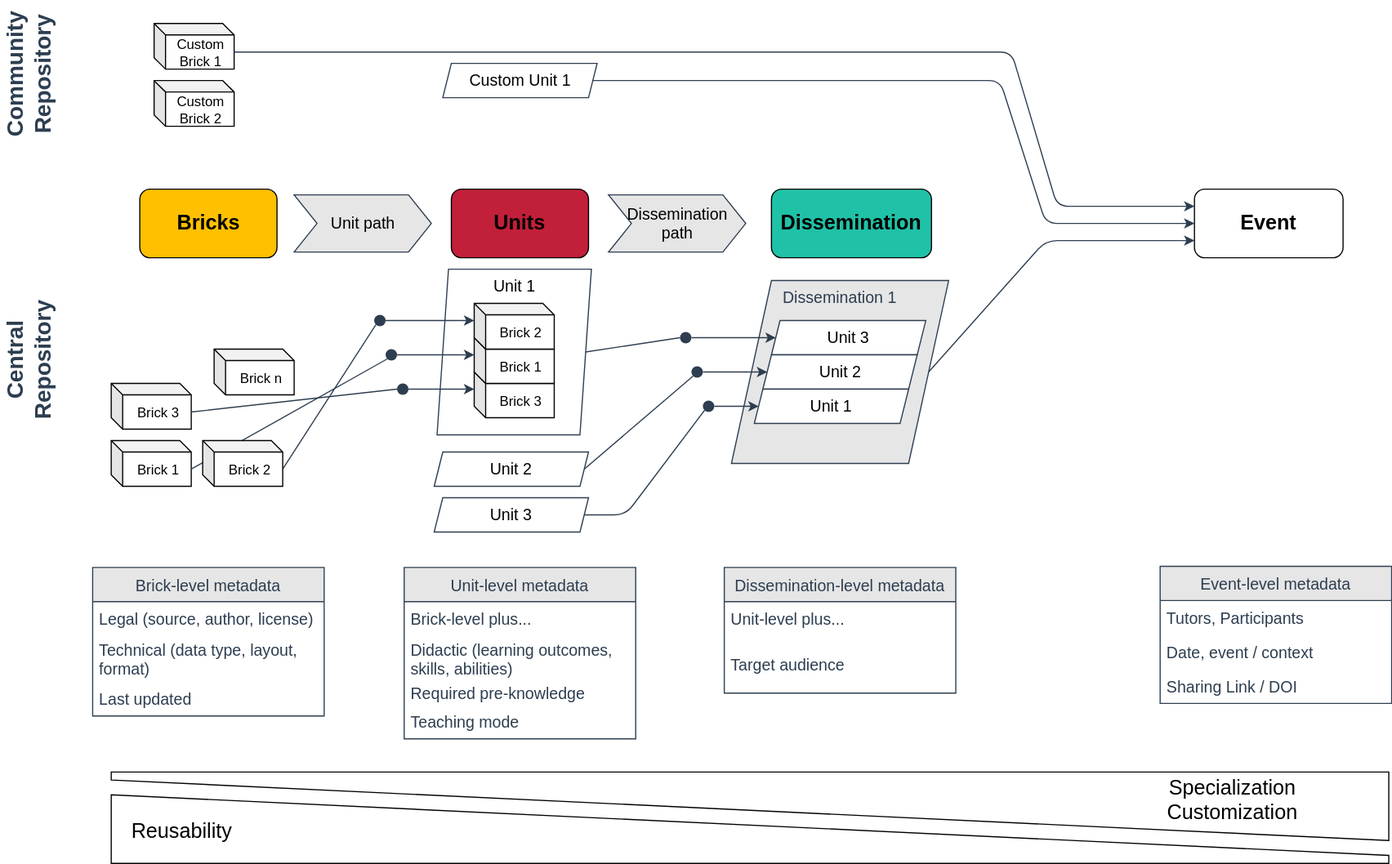
Above: images/teaching_modular.drawio.svg in nfdi4plants/teaching-materials-concept (draw.io), before the change. Source tidied: cells renumbered, new cells last; positions are measured from the earlier drawing's top-left corner, leaving out a move shared by most shapes.
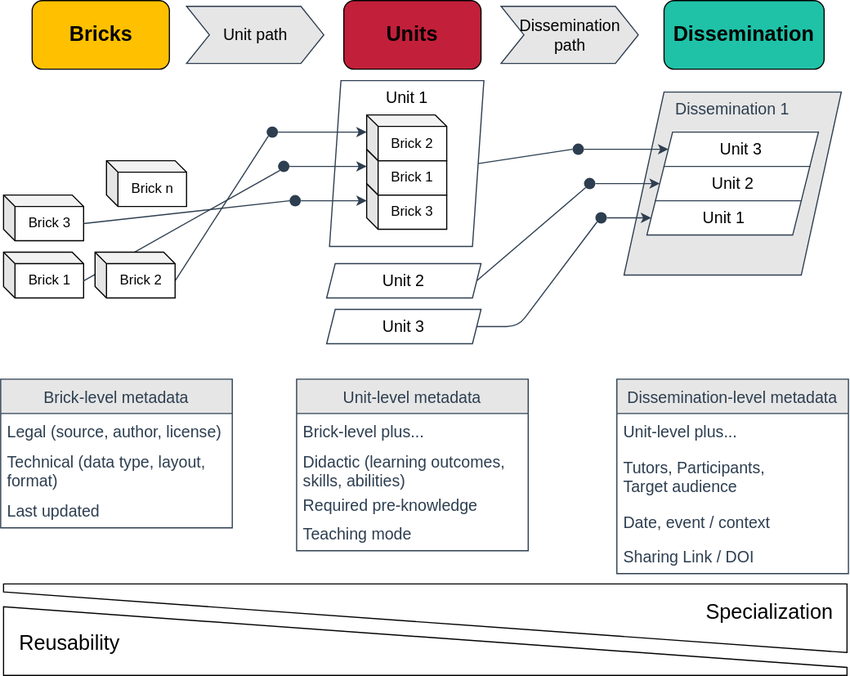
The same diagram one commit later.

Commit message:
reduced figure

Diff of the diagram source:
```diff
@@ -2,13 +2,6 @@
   <root>
     <mxCell id="0" />
     <mxCell id="1" parent="0" />
-    <mxCell id="2" style="edgeStyle=none;html=1;exitX=1;exitY=0.5;exitDx=0;exitDy=0;entryX=0;entryY=0.75;entryDx=0;entryDy=0;fontSize=14;fontColor=#2D3E50;strokeColor=#2D3E50;" parent="1" edge="1" source="3" target="71">
-      <mxGeometry relative="1" as="geometry">
-        <Array as="points">
-          <mxPoint x="955" y="190" />
-        </Array>
-      </mxGeometry>
-    </mxCell>
     <mxCell id="3" value="Dissemination 1" style="shape=parallelogram;perimeter=parallelogramPerimeter;whiteSpace=wrap;html=1;fixedSize=1;fontSize=14;fontColor=#2D3E50;strokeColor=#2D3E50;fillColor=#E6E6E6;size=35;verticalAlign=top;" parent="1" vertex="1">
       <mxGeometry x="680" y="225" width="190" height="160" as="geometry" />
     </mxCell>
@@ -131,34 +124,8 @@
     <mxCell id="40" value="&lt;span style=&quot;color: rgb(0 , 0 , 0) ; font-family: &amp;#34;helvetica&amp;#34;&quot;&gt;Dissemination path&lt;/span&gt;" style="shape=step;perimeter=stepPerimeter;whiteSpace=wrap;html=1;fixedSize=1;fontSize=14;fontColor=#FFC000;strokeColor=#2D3E50;fillColor=#E6E6E6;" parent="1" vertex="1">
       <mxGeometry x="572.5" y="150" width="120" height="50" as="geometry" />
     </mxCell>
-    <mxCell id="41" style="group;" parent="1" vertex="1">
-      <mxGeometry x="175" width="70" height="90" as="geometry" />
-    </mxCell>
-    <mxCell id="42" value="Custom Brick 1" style="shape=cube;whiteSpace=wrap;html=1;boundedLbl=1;backgroundOutline=1;darkOpacity=0.05;darkOpacity2=0.1;size=10;" parent="41" vertex="1">
-      <mxGeometry width="70" height="40" as="geometry" />
-    </mxCell>
-    <mxCell id="43" value="Custom Brick 2" style="shape=cube;whiteSpace=wrap;html=1;boundedLbl=1;backgroundOutline=1;darkOpacity=0.05;darkOpacity2=0.1;size=10;" parent="41" vertex="1">
-      <mxGeometry y="50" width="70" height="40" as="geometry" />
-    </mxCell>
-    <mxCell id="44" style="edgeStyle=none;html=1;exitX=1;exitY=0.5;exitDx=0;exitDy=0;entryX=0;entryY=0.5;entryDx=0;entryDy=0;fontSize=14;fontColor=#2D3E50;strokeColor=#2D3E50;" parent="1" edge="1" source="45" target="71">
-      <mxGeometry relative="1" as="geometry">
-        <Array as="points">
-          <mxPoint x="915" y="50" />
-          <mxPoint x="955" y="175" />
-        </Array>
-      </mxGeometry>
-    </mxCell>
-    <mxCell id="45" value="Custom Unit 1" style="shape=parallelogram;perimeter=parallelogramPerimeter;whiteSpace=wrap;html=1;fixedSize=1;fontSize=14;strokeColor=#2D3E50;fillColor=none;verticalAlign=top;size=7.5;" parent="1" vertex="1">
-      <mxGeometry x="427.5" y="35" width="135" height="30" as="geometry" />
-    </mxCell>
-    <mxCell id="46" value="&lt;font color=&quot;#2d3e50&quot; style=&quot;font-size: 20px&quot;&gt;&lt;b&gt;Central&lt;br&gt;Repository&lt;/b&gt;&lt;/font&gt;" style="text;html=1;align=center;verticalAlign=middle;strokeColor=none;fillColor=none;fontSize=14;fontColor=#FFC000;rotation=270;" parent="1" vertex="1">
-      <mxGeometry x="5" y="275" width="120" height="40" as="geometry" />
-    </mxCell>
-    <mxCell id="47" value="&lt;font color=&quot;#2d3e50&quot; style=&quot;font-size: 20px&quot;&gt;&lt;b&gt;Community&lt;br&gt;Repository&lt;/b&gt;&lt;/font&gt;" style="text;html=1;align=center;verticalAlign=middle;strokeColor=none;fillColor=none;fontSize=14;fontColor=#FFC000;rotation=270;" parent="1" vertex="1">
-      <mxGeometry y="25" width="130" height="40" as="geometry" />
-    </mxCell>
     <mxCell id="48" value="Brick-level metadata" style="swimlane;fontStyle=0;horizontal=1;startSize=30;fontSize=14;fontColor=#2D3E50;strokeColor=#2D3E50;fillColor=#E6E6E6;" parent="1" vertex="1">
-      <mxGeometry x="121.2" y="476" width="202.5" height="130" as="geometry" />
+      <mxGeometry x="135" y="476" width="202.5" height="130" as="geometry" />
     </mxCell>
     <mxCell id="49" value="Legal (source, author, license)" style="text;strokeColor=none;fillColor=none;align=left;verticalAlign=middle;spacingLeft=4;spacingRight=4;overflow=hidden;fontSize=14;fontColor=#2D3E50;" parent="48" vertex="1">
       <mxGeometry y="30" width="202.5" height="30" as="geometry" />
@@ -185,57 +152,40 @@
       <mxGeometry y="120" width="202.5" height="30" as="geometry" />
     </mxCell>
     <mxCell id="57" value="Dissemination-level metadata" style="swimlane;fontStyle=0;horizontal=1;startSize=30;fontSize=14;fontColor=#2D3E50;strokeColor=#2D3E50;fillColor=#E6E6E6;" parent="1" vertex="1">
-      <mxGeometry x="673.8" y="476" width="202.5" height="110" as="geometry" />
+      <mxGeometry x="673.8" y="476" width="202.5" height="170" as="geometry" />
     </mxCell>
     <mxCell id="58" value="Unit-level plus..." style="text;strokeColor=none;fillColor=none;align=left;verticalAlign=middle;spacingLeft=4;spacingRight=4;overflow=hidden;fontSize=14;fontColor=#2D3E50;" parent="57" vertex="1">
       <mxGeometry y="30" width="202.5" height="30" as="geometry" />
     </mxCell>
-    <mxCell id="59" value="Target audience" style="text;strokeColor=none;fillColor=none;align=left;verticalAlign=middle;spacingLeft=4;spacingRight=4;overflow=hidden;fontSize=14;fontColor=#2D3E50;" parent="57" vertex="1">
+    <mxCell id="59" value="Tutors, Participants,&#10;Target audience" style="text;strokeColor=none;fillColor=none;align=left;verticalAlign=middle;spacingLeft=4;spacingRight=4;overflow=hidden;fontSize=14;fontColor=#2D3E50;" parent="57" vertex="1">
       <mxGeometry y="60" width="202.5" height="50" as="geometry" />
     </mxCell>
+    <mxCell id="69" value="Date, event / context" style="text;strokeColor=none;fillColor=none;align=left;verticalAlign=middle;spacingLeft=4;spacingRight=4;overflow=hidden;fontSize=14;fontColor=#2D3E50;" parent="57" vertex="1">
+      <mxGeometry y="110" width="202.5" height="30" as="geometry" />
+    </mxCell>
+    <mxCell id="70" value="Sharing Link / DOI " style="text;strokeColor=none;fillColor=none;align=left;verticalAlign=middle;spacingLeft=4;spacingRight=4;overflow=hidden;fontSize=14;fontColor=#2D3E50;" parent="57" vertex="1">
+      <mxGeometry y="140" width="202.5" height="30" as="geometry" />
+    </mxCell>
     <mxCell id="60" style="group;" parent="1" vertex="1">
-      <mxGeometry x="137.5" y="655" width="1117.5" height="80" as="geometry" />
+      <mxGeometry x="137.5" y="655" width="737.5" height="80" as="geometry" />
     </mxCell>
     <mxCell id="61" style="group;" parent="60" vertex="1">
-      <mxGeometry width="1117.5" height="60" as="geometry" />
+      <mxGeometry width="737.5" height="60" as="geometry" />
     </mxCell>
     <mxCell id="62" style="shape=manualInput;whiteSpace=wrap;html=1;fontSize=18;rotation=-180;flipV=0;flipH=1;size=53;" parent="61" vertex="1">
-      <mxGeometry width="1117.5" height="60" as="geometry" />
+      <mxGeometry width="737.5" height="60" as="geometry" />
     </mxCell>
-    <mxCell id="63" value="Specialization&lt;br&gt;Customization" style="text;html=1;align=center;verticalAlign=middle;strokeColor=none;fillColor=none;fontSize=18;" parent="61" vertex="1">
-      <mxGeometry x="915.7" width="130" height="50" as="geometry" />
+    <mxCell id="63" value="Specialization" style="text;html=1;align=center;verticalAlign=middle;strokeColor=none;fillColor=none;fontSize=18;" parent="61" vertex="1">
+      <mxGeometry x="604.3" y="5" width="130" height="40" as="geometry" />
     </mxCell>
     <mxCell id="64" style="group;" parent="60" vertex="1">
-      <mxGeometry y="20" width="1117.5" height="60" as="geometry" />
+      <mxGeometry y="20" width="737.5" height="60" as="geometry" />
     </mxCell>
     <mxCell id="65" style="shape=manualInput;whiteSpace=wrap;html=1;fontSize=18;rotation=0;flipV=0;flipH=1;size=53;" parent="64" vertex="1">
-      <mxGeometry width="1117.5" height="60" as="geometry" />
+      <mxGeometry width="737.5" height="60" as="geometry" />
     </mxCell>
     <mxCell id="66" value="Reusability" style="text;html=1;align=center;verticalAlign=middle;strokeColor=none;fillColor=none;fontSize=18;" parent="64" vertex="1">
-      <mxGeometry x="11.6" y="17" width="100" height="30" as="geometry" />
+      <mxGeometry x="7.7" y="17" width="100" height="30" as="geometry" />
     </mxCell>
-    <mxCell id="67" value="Event-level metadata" style="swimlane;fontStyle=0;horizontal=1;startSize=30;fontSize=14;fontColor=#2D3E50;strokeColor=#2D3E50;fillColor=#E6E6E6;" parent="1" vertex="1">
-      <mxGeometry x="1055" y="475" width="202.5" height="120" as="geometry" />
-    </mxCell>
-    <mxCell id="68" value="Tutors, Participants" style="text;strokeColor=none;fillColor=none;align=left;verticalAlign=middle;spacingLeft=4;spacingRight=4;overflow=hidden;fontSize=14;fontColor=#2D3E50;" parent="67" vertex="1">
-      <mxGeometry y="30" width="202.5" height="30" as="geometry" />
-    </mxCell>
-    <mxCell id="69" value="Date, event / context" style="text;strokeColor=none;fillColor=none;align=left;verticalAlign=middle;spacingLeft=4;spacingRight=4;overflow=hidden;fontSize=14;fontColor=#2D3E50;" parent="67" vertex="1">
-      <mxGeometry y="60" width="202.5" height="30" as="geometry" />
-    </mxCell>
-    <mxCell id="70" value="Sharing Link / DOI " style="text;strokeColor=none;fillColor=none;align=left;verticalAlign=middle;spacingLeft=4;spacingRight=4;overflow=hidden;fontSize=14;fontColor=#2D3E50;" parent="67" vertex="1">
-      <mxGeometry y="90" width="202.5" height="30" as="geometry" />
-    </mxCell>
-    <mxCell id="71" value="&lt;span style=&quot;font-size: 18px&quot;&gt;Event&lt;/span&gt;" style="rounded=1;whiteSpace=wrap;html=1;fontStyle=1;fillColor=none;" parent="1" vertex="1">
-      <mxGeometry x="1085" y="145" width="130" height="60" as="geometry" />
-    </mxCell>
-    <mxCell id="72" style="edgeStyle=none;html=1;exitX=0;exitY=0;exitDx=70;exitDy=25;exitPerimeter=0;entryX=0;entryY=0.25;entryDx=0;entryDy=0;fontSize=14;fontColor=#2D3E50;strokeColor=#2D3E50;" parent="1" edge="1" source="42" target="71">
-      <mxGeometry relative="1" as="geometry">
-        <Array as="points">
-          <mxPoint x="925" y="25" />
-          <mxPoint x="965" y="160" />
-        </Array>
-      </mxGeometry>
-    </mxCell>
   </root>
 </mxGraphModel>
```
